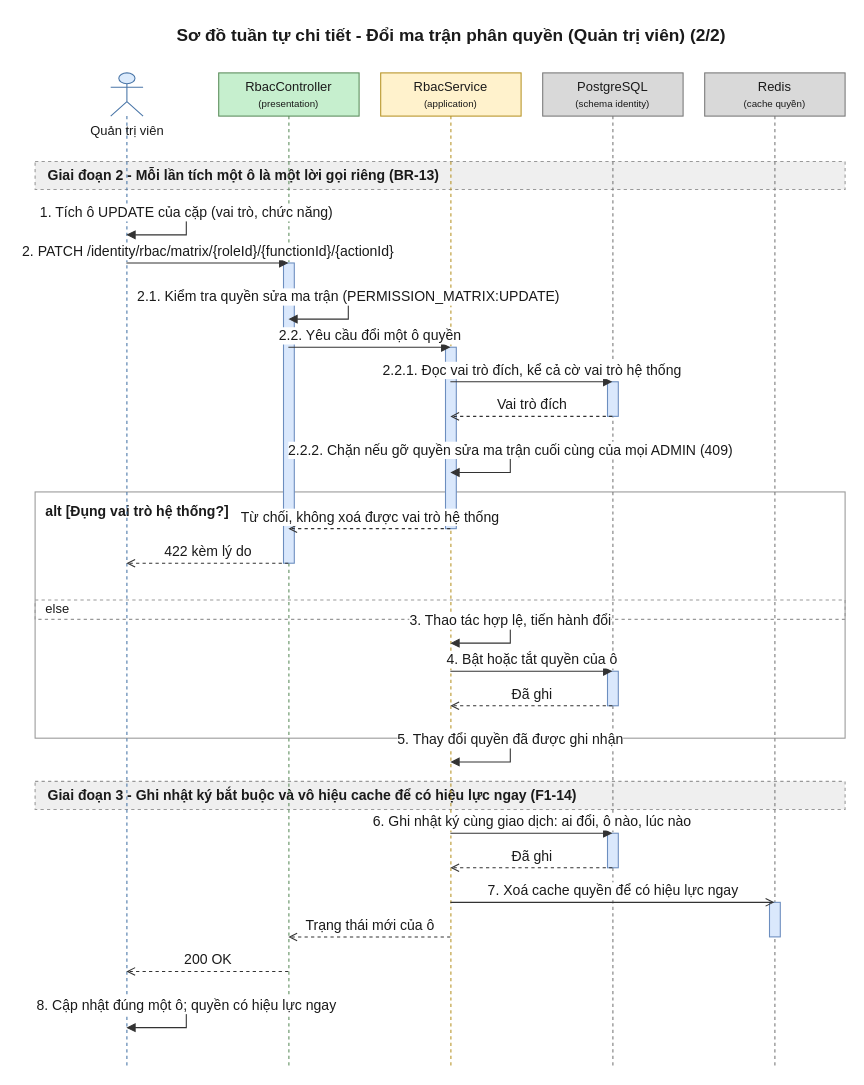
This is 08-diagram/sequence/admin/sequence_admin_doi_ma_tran_phan_quyen_p2.drawio from daiphu1801/PRJ_ALGOPREP, a draw.io file, before an edit. Source tidied: cells renumbered, new cells numbered last; positions are measured from the earlier drawing's top-left corner, leaving out a move shared by most shapes. Both pictures are drawn from the tidied source at 108%, with x=0, y=0 at pixel (35, 18).
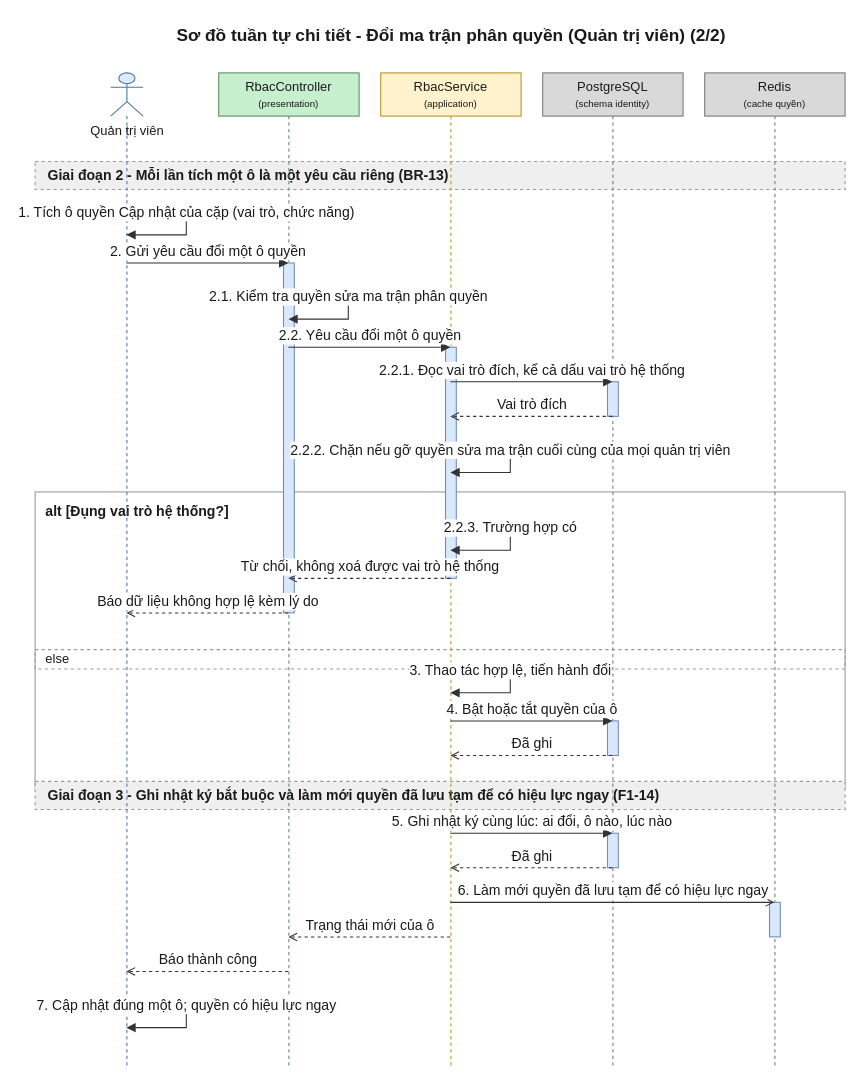
Above is the later version.

The change refers to these unchanged cells:
```xml
<mxCell id="7" value="Quản trị viên" style="shape=umlLifeline;participant=umlActor;perimeter=lifelinePerimeter;html=1;outlineConnect=0;size=40;verticalAlign=top;spacingTop=40;fillColor=#DCEBFC;strokeColor=#4A76A8;fontColor=#1A1A1A;" parent="1" vertex="1">
  <mxGeometry x="70" y="50" width="30" height="920" as="geometry" />
</mxCell>
<mxCell id="8" value="RbacController&lt;br&gt;&lt;font style=&quot;font-size:9px&quot;&gt;(presentation)&lt;/font&gt;" style="shape=umlLifeline;perimeter=lifelinePerimeter;whiteSpace=wrap;html=1;outlineConnect=0;size=40;fillColor=#C6EFCE;strokeColor=#5E8E5E;fontColor=#1A1A1A;" parent="1" vertex="1">
  <mxGeometry x="170" y="50" width="130" height="920" as="geometry" />
</mxCell>
<mxCell id="9" value="RbacService&lt;br&gt;&lt;font style=&quot;font-size:9px&quot;&gt;(application)&lt;/font&gt;" style="shape=umlLifeline;perimeter=lifelinePerimeter;whiteSpace=wrap;html=1;outlineConnect=0;size=40;fillColor=#FFF2CC;strokeColor=#B8952A;fontColor=#1A1A1A;" parent="1" vertex="1">
  <mxGeometry x="320" y="50" width="130" height="920" as="geometry" />
</mxCell>
<mxCell id="10" value="PostgreSQL&lt;br&gt;&lt;font style=&quot;font-size:9px&quot;&gt;(schema identity)&lt;/font&gt;" style="shape=umlLifeline;perimeter=lifelinePerimeter;whiteSpace=wrap;html=1;outlineConnect=0;size=40;fillColor=#D9D9D9;strokeColor=#7A7A7A;fontColor=#1A1A1A;" parent="1" vertex="1">
  <mxGeometry x="470" y="50" width="130" height="920" as="geometry" />
</mxCell>
<mxCell id="11" value="Redis&lt;br&gt;&lt;font style=&quot;font-size:9px&quot;&gt;(cache quyền)&lt;/font&gt;" style="shape=umlLifeline;perimeter=lifelinePerimeter;whiteSpace=wrap;html=1;outlineConnect=0;size=40;fillColor=#D9D9D9;strokeColor=#7A7A7A;fontColor=#1A1A1A;" parent="1" vertex="1">
  <mxGeometry x="620" y="50" width="130" height="920" as="geometry" />
</mxCell>
```

What changed in the source:
```diff
@@
     <mxCell id="3" value="alt [Đụng vai trò hệ thống?]" style="algoprep=alt;rounded=0;whiteSpace=wrap;html=1;fillColor=none;strokeColor=#999999;verticalAlign=top;align=left;spacingLeft=8;spacingTop=4;fontColor=#1A1A1A;fontSize=13;fontStyle=1;dashed=0;" parent="1" vertex="1">
-      <mxGeometry y="438" width="750" height="228" as="geometry" />
+      <mxGeometry y="438" width="750" height="274" as="geometry" />
     </mxCell>
     <mxCell id="4" value="else" style="text;html=1;dashed=1;strokeColor=#999999;fillColor=none;align=left;verticalAlign=middle;spacingLeft=8;fontColor=#1A1A1A;fontSize=12;" parent="1" vertex="1">
-      <mxGeometry y="538" width="750" height="18" as="geometry" />
+      <mxGeometry y="584" width="750" height="18" as="geometry" />
     </mxCell>
-    <mxCell id="5" value="Giai đoạn 2 - Mỗi lần tích một ô là một lời gọi riêng (BR-13)" style="algoprep=phase;rounded=0;whiteSpace=wrap;html=1;fillColor=#EFEFEF;strokeColor=#999999;dashed=1;align=left;verticalAlign=middle;spacingLeft=10;fontColor=#1A1A1A;fontSize=13;fontStyle=1;" parent="1" vertex="1">
+    <mxCell id="5" value="Giai đoạn 2 - Mỗi lần tích một ô là một yêu cầu riêng (BR-13)" style="algoprep=phase;rounded=0;whiteSpace=wrap;html=1;fillColor=#EFEFEF;strokeColor=#999999;dashed=1;align=left;verticalAlign=middle;spacingLeft=10;fontColor=#1A1A1A;fontSize=13;fontStyle=1;" parent="1" vertex="1">
       <mxGeometry y="132" width="750" height="26" as="geometry" />
     </mxCell>
-    <mxCell id="6" value="Giai đoạn 3 - Ghi nhật ký bắt buộc và vô hiệu cache để có hiệu lực ngay (F1-14)" style="algoprep=phase;rounded=0;whiteSpace=wrap;html=1;fillColor=#EFEFEF;strokeColor=#999999;dashed=1;align=left;verticalAlign=middle;spacingLeft=10;fontColor=#1A1A1A;fontSize=13;fontStyle=1;" parent="1" vertex="1">
+    <mxCell id="6" value="Giai đoạn 3 - Ghi nhật ký bắt buộc và làm mới quyền đã lưu tạm để có hiệu lực ngay (F1-14)" style="algoprep=phase;rounded=0;whiteSpace=wrap;html=1;fillColor=#EFEFEF;strokeColor=#999999;dashed=1;align=left;verticalAlign=middle;spacingLeft=10;fontColor=#1A1A1A;fontSize=13;fontStyle=1;" parent="1" vertex="1">
       <mxGeometry y="706" width="750" height="26" as="geometry" />
     </mxCell>
@@
     <mxCell id="13" style="html=1;perimeter=orthogonalPerimeter;targetShapes=umlLifeline;fillColor=#DAE8FC;strokeColor=#6C8EBF;" parent="9" vertex="1">
-      <mxGeometry x="60" y="254" width="10" height="168" as="geometry" />
+      <mxGeometry x="60" y="254" width="10" height="214" as="geometry" />
     </mxCell>
     <mxCell id="14" style="html=1;perimeter=orthogonalPerimeter;targetShapes=umlLifeline;fillColor=#DAE8FC;strokeColor=#6C8EBF;" parent="8" vertex="1">
-      <mxGeometry x="60" y="176" width="10" height="278" as="geometry" />
+      <mxGeometry x="60" y="176" width="10" height="324" as="geometry" />
     </mxCell>
     <mxCell id="15" style="html=1;perimeter=orthogonalPerimeter;targetShapes=umlLifeline;fillColor=#DAE8FC;strokeColor=#6C8EBF;" parent="10" vertex="1">
-      <mxGeometry x="60" y="554" width="10" height="32" as="geometry" />
+      <mxGeometry x="60" y="600" width="10" height="32" as="geometry" />
     </mxCell>
@@
-    <mxCell id="18" value="1. Tích ô UPDATE của cặp (vai trò, chức năng)" style="edgeStyle=orthogonalEdgeStyle;rounded=0;html=1;endArrow=block;endFill=1;strokeColor=#333333;fontColor=#1A1A1A;fontSize=13;verticalAlign=bottom;exitX=0.5;exitY=0.1413;exitDx=0;exitDy=0;entryX=0.5;entryY=0.1630;entryDx=0;entryDy=0;" parent="1" edge="1" source="7" target="7">
+    <mxCell id="18" value="1. Tích ô quyền Cập nhật của cặp (vai trò, chức năng)" style="edgeStyle=orthogonalEdgeStyle;rounded=0;html=1;endArrow=block;endFill=1;strokeColor=#333333;fontColor=#1A1A1A;fontSize=13;verticalAlign=bottom;exitX=0.5;exitY=0.1413;exitDx=0;exitDy=0;entryX=0.5;entryY=0.1630;entryDx=0;entryDy=0;" parent="1" edge="1" source="7" target="7">
       <mxGeometry relative="1" as="geometry">
         <Array as="points">
           <mxPoint x="140" y="180" />
           <mxPoint x="140" y="200" />
         </Array>
       </mxGeometry>
     </mxCell>
-    <mxCell id="19" value="2. PATCH /identity/rbac/matrix/{roleId}/{functionId}/{actionId}" style="edgeStyle=none;html=1;endArrow=block;endFill=1;strokeColor=#333333;fontColor=#1A1A1A;fontSize=13;verticalAlign=bottom;exitX=0.5;exitY=0.1913;exitDx=0;exitDy=0;entryX=0.5;entryY=0.1913;entryDx=0;entryDy=0;" parent="1" edge="1" source="7" target="8">
+    <mxCell id="19" value="2. Gửi yêu cầu đổi một ô quyền" style="edgeStyle=none;html=1;endArrow=block;endFill=1;strokeColor=#333333;fontColor=#1A1A1A;fontSize=13;verticalAlign=bottom;exitX=0.5;exitY=0.1913;exitDx=0;exitDy=0;entryX=0.5;entryY=0.1913;entryDx=0;entryDy=0;" parent="1" edge="1" source="7" target="8">
       <mxGeometry relative="1" as="geometry" />
     </mxCell>
-    <mxCell id="20" value="2.1. Kiểm tra quyền sửa ma trận (PERMISSION_MATRIX:UPDATE)" style="edgeStyle=orthogonalEdgeStyle;rounded=0;html=1;endArrow=block;endFill=1;strokeColor=#333333;fontColor=#1A1A1A;fontSize=13;verticalAlign=bottom;exitX=0.5;exitY=0.2261;exitDx=0;exitDy=0;entryX=0.5;entryY=0.2478;entryDx=0;entryDy=0;" parent="1" edge="1" source="8" target="8">
+    <mxCell id="20" value="2.1. Kiểm tra quyền sửa ma trận phân quyền" style="edgeStyle=orthogonalEdgeStyle;rounded=0;html=1;endArrow=block;endFill=1;strokeColor=#333333;fontColor=#1A1A1A;fontSize=13;verticalAlign=bottom;exitX=0.5;exitY=0.2261;exitDx=0;exitDy=0;entryX=0.5;entryY=0.2478;entryDx=0;entryDy=0;" parent="1" edge="1" source="8" target="8">
       <mxGeometry relative="1" as="geometry">
         <Array as="points">
           <mxPoint x="290" y="258" />
           <mxPoint x="290" y="278" />
         </Array>
       </mxGeometry>
     </mxCell>
@@
-    <mxCell id="22" value="2.2.1. Đọc vai trò đích, kể cả cờ vai trò hệ thống" style="edgeStyle=none;html=1;endArrow=block;endFill=1;strokeColor=#333333;fontColor=#1A1A1A;fontSize=13;verticalAlign=bottom;exitX=0.5;exitY=0.3109;exitDx=0;exitDy=0;entryX=0.5;entryY=0.3109;entryDx=0;entryDy=0;" parent="1" edge="1" source="9" target="10">
+    <mxCell id="22" value="2.2.1. Đọc vai trò đích, kể cả dấu vai trò hệ thống" style="edgeStyle=none;html=1;endArrow=block;endFill=1;strokeColor=#333333;fontColor=#1A1A1A;fontSize=13;verticalAlign=bottom;exitX=0.5;exitY=0.3109;exitDx=0;exitDy=0;entryX=0.5;entryY=0.3109;entryDx=0;entryDy=0;" parent="1" edge="1" source="9" target="10">
       <mxGeometry relative="1" as="geometry" />
     </mxCell>
@@
-    <mxCell id="24" value="2.2.2. Chặn nếu gỡ quyền sửa ma trận cuối cùng của mọi ADMIN (409)" style="edgeStyle=orthogonalEdgeStyle;rounded=0;html=1;endArrow=block;endFill=1;strokeColor=#333333;fontColor=#1A1A1A;fontSize=13;verticalAlign=bottom;exitX=0.5;exitY=0.3804;exitDx=0;exitDy=0;entryX=0.5;entryY=0.4022;entryDx=0;entryDy=0;" parent="1" edge="1" source="9" target="9">
+    <mxCell id="24" value="2.2.2. Chặn nếu gỡ quyền sửa ma trận cuối cùng của mọi quản trị viên" style="edgeStyle=orthogonalEdgeStyle;rounded=0;html=1;endArrow=block;endFill=1;strokeColor=#333333;fontColor=#1A1A1A;fontSize=13;verticalAlign=bottom;exitX=0.5;exitY=0.3804;exitDx=0;exitDy=0;entryX=0.5;entryY=0.4022;entryDx=0;entryDy=0;" parent="1" edge="1" source="9" target="9">
       <mxGeometry relative="1" as="geometry">
         <Array as="points">
           <mxPoint x="440" y="400" />
           <mxPoint x="440" y="420" />
         </Array>
       </mxGeometry>
     </mxCell>
-    <mxCell id="25" value="Từ chối, không xoá được vai trò hệ thống" style="edgeStyle=none;html=1;endArrow=open;endFill=0;dashed=1;strokeColor=#333333;fontColor=#1A1A1A;fontSize=13;verticalAlign=bottom;exitX=0.5;exitY=0.4587;exitDx=0;exitDy=0;entryX=0.5;entryY=0.4587;entryDx=0;entryDy=0;" parent="1" edge="1" source="9" target="8">
-      <mxGeometry relative="1" as="geometry" />
+    <mxCell id="25" value="2.2.3. Trường hợp có" style="edgeStyle=orthogonalEdgeStyle;rounded=0;html=1;endArrow=block;endFill=1;strokeColor=#333333;fontColor=#1A1A1A;fontSize=13;verticalAlign=bottom;exitX=0.5;exitY=0.4587;exitDx=0;exitDy=0;entryX=0.5;entryY=0.4804;entryDx=0;entryDy=0;" parent="1" edge="1" source="9" target="9">
+      <mxGeometry relative="1" as="geometry">
+        <Array as="points">
+          <mxPoint x="440" y="472" />
+          <mxPoint x="440" y="492" />
+        </Array>
+      </mxGeometry>
     </mxCell>
-    <mxCell id="26" value="422 kèm lý do" style="edgeStyle=none;html=1;endArrow=open;endFill=0;dashed=1;strokeColor=#333333;fontColor=#1A1A1A;fontSize=13;verticalAlign=bottom;exitX=0.5;exitY=0.4935;exitDx=0;exitDy=0;entryX=0.5;entryY=0.4935;entryDx=0;entryDy=0;" parent="1" edge="1" source="8" target="7">
+    <mxCell id="26" value="Từ chối, không xoá được vai trò hệ thống" style="edgeStyle=none;html=1;endArrow=open;endFill=0;dashed=1;strokeColor=#333333;fontColor=#1A1A1A;fontSize=13;verticalAlign=bottom;exitX=0.5;exitY=0.5087;exitDx=0;exitDy=0;entryX=0.5;entryY=0.5087;entryDx=0;entryDy=0;" parent="1" edge="1" source="9" target="8">
       <mxGeometry relative="1" as="geometry" />
     </mxCell>
-    <mxCell id="27" value="3. Thao tác hợp lệ, tiến hành đổi" style="edgeStyle=orthogonalEdgeStyle;rounded=0;html=1;endArrow=block;endFill=1;strokeColor=#333333;fontColor=#1A1A1A;fontSize=13;verticalAlign=bottom;exitX=0.5;exitY=0.5522;exitDx=0;exitDy=0;entryX=0.5;entryY=0.5739;entryDx=0;entryDy=0;" parent="1" edge="1" source="9" target="9">
-      <mxGeometry relative="1" as="geometry">
-        <Array as="points">
-          <mxPoint x="440" y="558" />
-          <mxPoint x="440" y="578" />
-        </Array>
-      </mxGeometry>
+    <mxCell id="27" value="Báo dữ liệu không hợp lệ kèm lý do" style="edgeStyle=none;html=1;endArrow=open;endFill=0;dashed=1;strokeColor=#333333;fontColor=#1A1A1A;fontSize=13;verticalAlign=bottom;exitX=0.5;exitY=0.5435;exitDx=0;exitDy=0;entryX=0.5;entryY=0.5435;entryDx=0;entryDy=0;" parent="1" edge="1" source="8" target="7">
+      <mxGeometry relative="1" as="geometry" />
     </mxCell>
-    <mxCell id="28" value="4. Bật hoặc tắt quyền của ô" style="edgeStyle=none;html=1;endArrow=block;endFill=1;strokeColor=#333333;fontColor=#1A1A1A;fontSize=13;verticalAlign=bottom;exitX=0.5;exitY=0.6022;exitDx=0;exitDy=0;entryX=0.5;entryY=0.6022;entryDx=0;entryDy=0;" parent="1" edge="1" source="9" target="10">
-      <mxGeometry relative="1" as="geometry" />
+    <mxCell id="28" value="3. Thao tác hợp lệ, tiến hành đổi" style="edgeStyle=orthogonalEdgeStyle;rounded=0;html=1;endArrow=block;endFill=1;strokeColor=#333333;fontColor=#1A1A1A;fontSize=13;verticalAlign=bottom;exitX=0.5;exitY=0.6022;exitDx=0;exitDy=0;entryX=0.5;entryY=0.6239;entryDx=0;entryDy=0;" parent="1" edge="1" source="9" target="9">
+      <mxGeometry relative="1" as="geometry">
+        <Array as="points">
+          <mxPoint x="440" y="604" />
+          <mxPoint x="440" y="624" />
+        </Array>
+      </mxGeometry>
     </mxCell>
-    <mxCell id="29" value="Đã ghi" style="edgeStyle=none;html=1;endArrow=open;endFill=0;dashed=1;strokeColor=#333333;fontColor=#1A1A1A;fontSize=13;verticalAlign=bottom;exitX=0.5;exitY=0.6370;exitDx=0;exitDy=0;entryX=0.5;entryY=0.6370;entryDx=0;entryDy=0;" parent="1" edge="1" source="10" target="9">
+    <mxCell id="29" value="4. Bật hoặc tắt quyền của ô" style="edgeStyle=none;html=1;endArrow=block;endFill=1;strokeColor=#333333;fontColor=#1A1A1A;fontSize=13;verticalAlign=bottom;exitX=0.5;exitY=0.6522;exitDx=0;exitDy=0;entryX=0.5;entryY=0.6522;entryDx=0;entryDy=0;" parent="1" edge="1" source="9" target="10">
       <mxGeometry relative="1" as="geometry" />
     </mxCell>
-    <mxCell id="30" value="5. Thay đổi quyền đã được ghi nhận" style="edgeStyle=orthogonalEdgeStyle;rounded=0;html=1;endArrow=block;endFill=1;strokeColor=#333333;fontColor=#1A1A1A;fontSize=13;verticalAlign=bottom;exitX=0.5;exitY=0.6717;exitDx=0;exitDy=0;entryX=0.5;entryY=0.6935;entryDx=0;entryDy=0;" parent="1" edge="1" source="9" target="9">
-      <mxGeometry relative="1" as="geometry">
-        <Array as="points">
-          <mxPoint x="440" y="668" />
-          <mxPoint x="440" y="688" />
-        </Array>
-      </mxGeometry>
+    <mxCell id="30" value="Đã ghi" style="edgeStyle=none;html=1;endArrow=open;endFill=0;dashed=1;strokeColor=#333333;fontColor=#1A1A1A;fontSize=13;verticalAlign=bottom;exitX=0.5;exitY=0.6870;exitDx=0;exitDy=0;entryX=0.5;entryY=0.6870;entryDx=0;entryDy=0;" parent="1" edge="1" source="10" target="9">
+      <mxGeometry relative="1" as="geometry" />
     </mxCell>
-    <mxCell id="31" value="6. Ghi nhật ký cùng giao dịch: ai đổi, ô nào, lúc nào" style="edgeStyle=none;html=1;endArrow=block;endFill=1;strokeColor=#333333;fontColor=#1A1A1A;fontSize=13;verticalAlign=bottom;exitX=0.5;exitY=0.7652;exitDx=0;exitDy=0;entryX=0.5;entryY=0.7652;entryDx=0;entryDy=0;" parent="1" edge="1" source="9" target="10">
+    <mxCell id="31" value="5. Ghi nhật ký cùng lúc: ai đổi, ô nào, lúc nào" style="edgeStyle=none;html=1;endArrow=block;endFill=1;strokeColor=#333333;fontColor=#1A1A1A;fontSize=13;verticalAlign=bottom;exitX=0.5;exitY=0.7652;exitDx=0;exitDy=0;entryX=0.5;entryY=0.7652;entryDx=0;entryDy=0;" parent="1" edge="1" source="9" target="10">
       <mxGeometry relative="1" as="geometry" />
     </mxCell>
@@
-    <mxCell id="33" value="7. Xoá cache quyền để có hiệu lực ngay" style="edgeStyle=none;html=1;endArrow=open;endFill=0;strokeColor=#333333;fontColor=#1A1A1A;fontSize=13;verticalAlign=bottom;exitX=0.5;exitY=0.8348;exitDx=0;exitDy=0;entryX=0.5;entryY=0.8348;entryDx=0;entryDy=0;" parent="1" edge="1" source="9" target="11">
+    <mxCell id="33" value="6. Làm mới quyền đã lưu tạm để có hiệu lực ngay" style="edgeStyle=none;html=1;endArrow=open;endFill=0;strokeColor=#333333;fontColor=#1A1A1A;fontSize=13;verticalAlign=bottom;exitX=0.5;exitY=0.8348;exitDx=0;exitDy=0;entryX=0.5;entryY=0.8348;entryDx=0;entryDy=0;" parent="1" edge="1" source="9" target="11">
       <mxGeometry relative="1" as="geometry" />
     </mxCell>
@@
-    <mxCell id="35" value="200 OK" style="edgeStyle=none;html=1;endArrow=open;endFill=0;dashed=1;strokeColor=#333333;fontColor=#1A1A1A;fontSize=13;verticalAlign=bottom;exitX=0.5;exitY=0.9043;exitDx=0;exitDy=0;entryX=0.5;entryY=0.9043;entryDx=0;entryDy=0;" parent="1" edge="1" source="8" target="7">
+    <mxCell id="35" value="Báo thành công" style="edgeStyle=none;html=1;endArrow=open;endFill=0;dashed=1;strokeColor=#333333;fontColor=#1A1A1A;fontSize=13;verticalAlign=bottom;exitX=0.5;exitY=0.9043;exitDx=0;exitDy=0;entryX=0.5;entryY=0.9043;entryDx=0;entryDy=0;" parent="1" edge="1" source="8" target="7">
       <mxGeometry relative="1" as="geometry" />
     </mxCell>
-    <mxCell id="36" value="8. Cập nhật đúng một ô; quyền có hiệu lực ngay" style="edgeStyle=orthogonalEdgeStyle;rounded=0;html=1;endArrow=block;endFill=1;strokeColor=#333333;fontColor=#1A1A1A;fontSize=13;verticalAlign=bottom;exitX=0.5;exitY=0.9391;exitDx=0;exitDy=0;entryX=0.5;entryY=0.9609;entryDx=0;entryDy=0;" parent="1" edge="1" source="7" target="7">
+    <mxCell id="36" value="7. Cập nhật đúng một ô; quyền có hiệu lực ngay" style="edgeStyle=orthogonalEdgeStyle;rounded=0;html=1;endArrow=block;endFill=1;strokeColor=#333333;fontColor=#1A1A1A;fontSize=13;verticalAlign=bottom;exitX=0.5;exitY=0.9391;exitDx=0;exitDy=0;entryX=0.5;entryY=0.9609;entryDx=0;entryDy=0;" parent="1" edge="1" source="7" target="7">
       <mxGeometry relative="1" as="geometry">
         <Array as="points">
           <mxPoint x="140" y="914" />
           <mxPoint x="140" y="934" />
         </Array>
       </mxGeometry>
     </mxCell>
```
